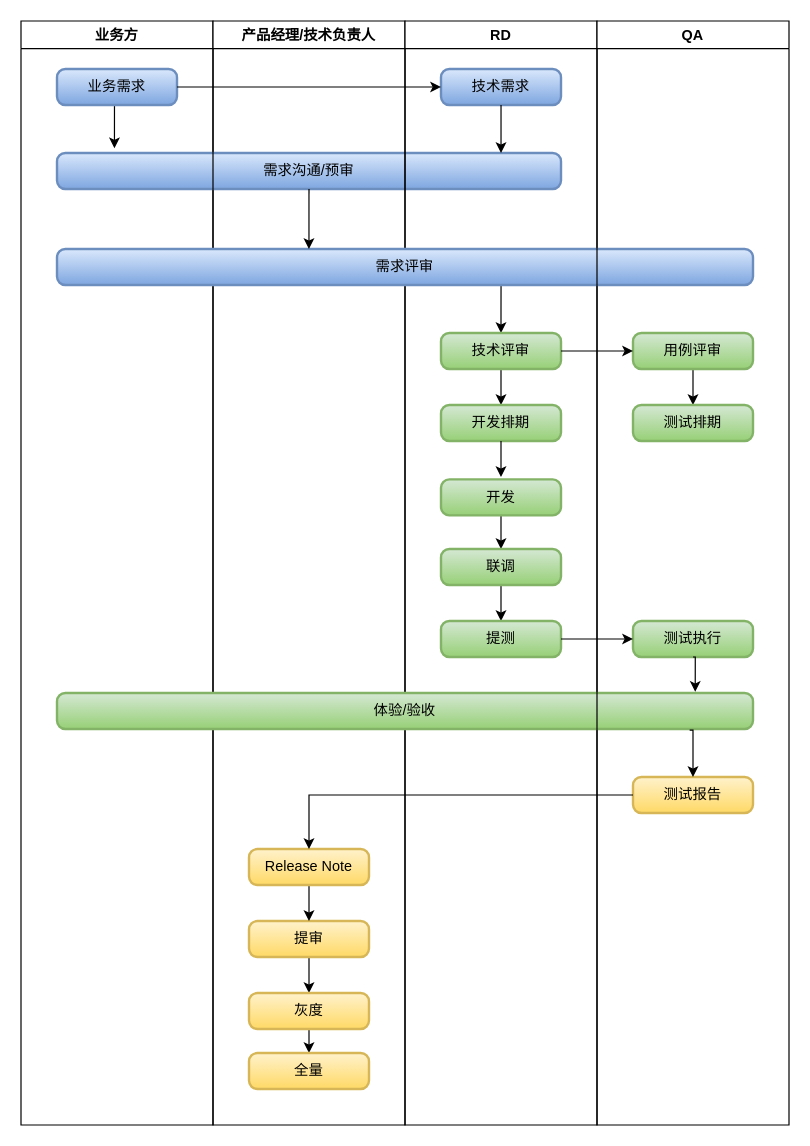
Before: 客户端开发流程.drawio in PaulNov22/hellogit, a draw.io diagram. Source tidied: cells renumbered, new cells numbered last; positions are measured from the earlier drawing's top-left corner, leaving out a move shared by most shapes. Both pictures are drawn from the tidied source at 120%, with x=0, y=0 at pixel (20, 20).
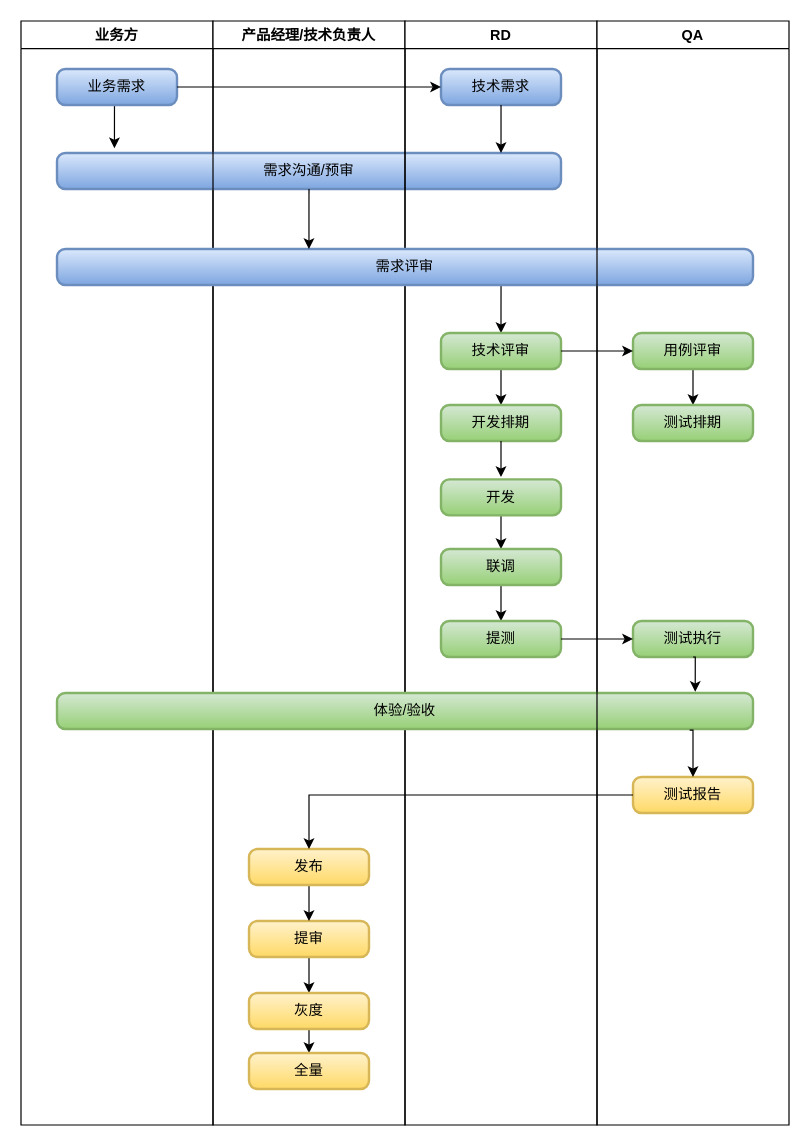
Above is the later version.

Commit message:
Update 客户端开发流程.drawio

The change refers to these unchanged cells:
```xml
<mxCell id="6" value="产品经理/技术负责人" style="swimlane;" parent="1" vertex="1">
  <mxGeometry x="160" width="160" height="920" as="geometry" />
</mxCell>
```

What changed in the source:
```diff
@@
-    <mxCell id="13" value="Release Note" style="rounded=1;whiteSpace=wrap;html=1;absoluteArcSize=1;arcSize=14;strokeWidth=2;gradientColor=#ffd966;fillColor=#fff2cc;strokeColor=#d6b656;" parent="6" vertex="1">
+    <mxCell id="13" value="发布" style="rounded=1;whiteSpace=wrap;html=1;absoluteArcSize=1;arcSize=14;strokeWidth=2;gradientColor=#ffd966;fillColor=#fff2cc;strokeColor=#d6b656;" parent="6" vertex="1">
       <mxGeometry x="30" y="690" width="100" height="30" as="geometry" />
     </mxCell>
```
